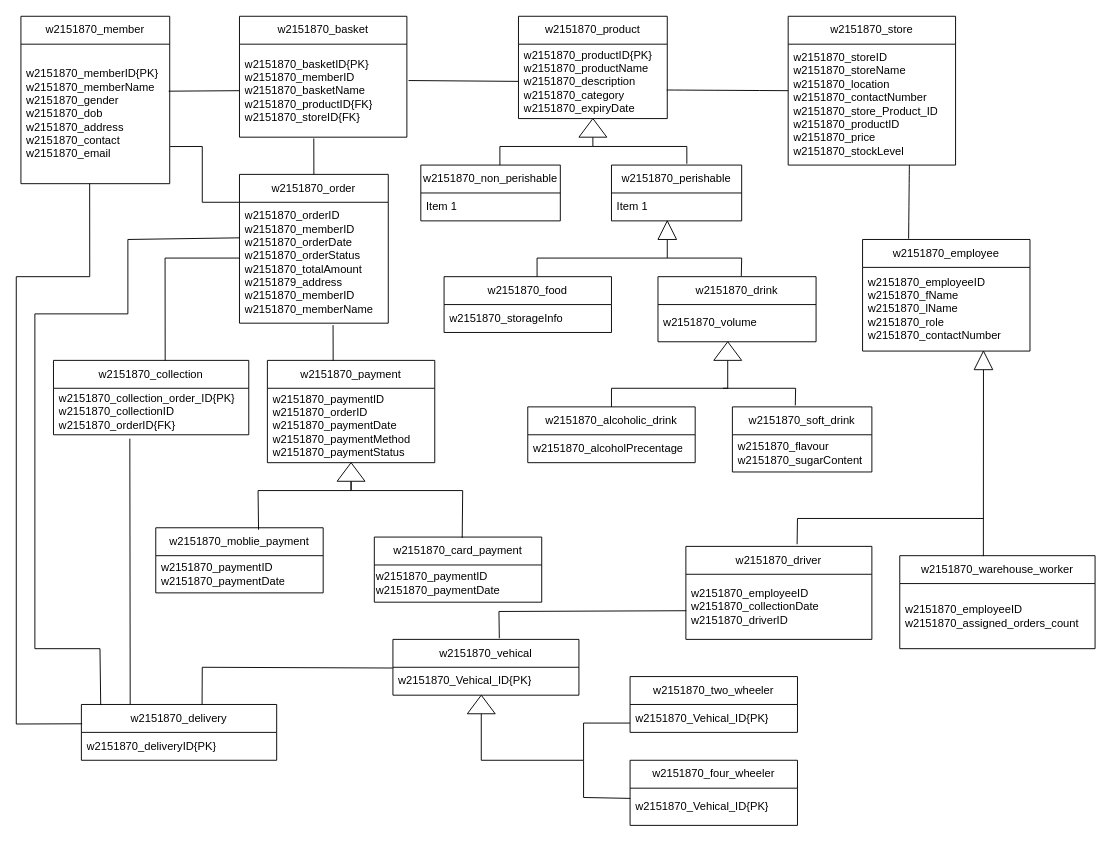
The draw.io diagram question7.drawio in Yoda200512/skills-introduction-to-github, before the edit. Source tidied: cells renumbered, new cells numbered last; positions are measured from the earlier drawing's top-left corner, leaving out a move shared by most shapes. Both pictures are drawn from the tidied source at 93%, with x=0, y=0 at pixel (16, 16).
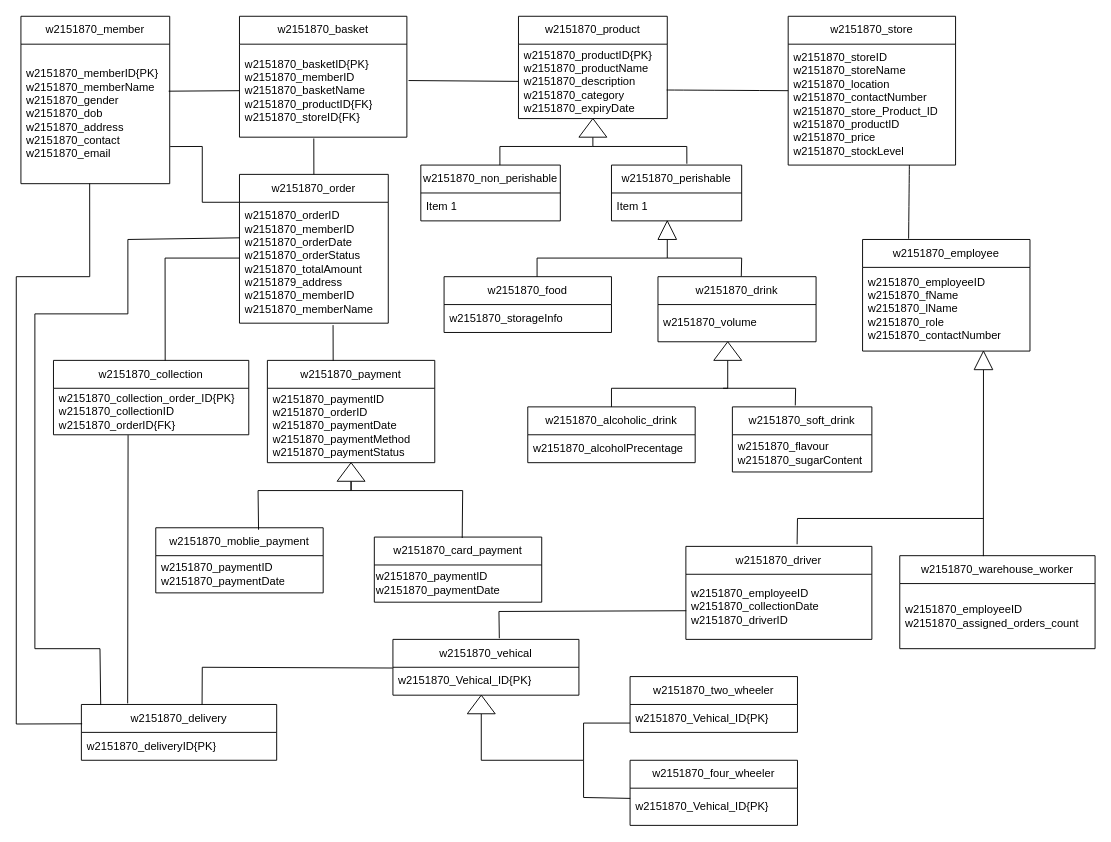
The same diagram, later.

Unchanged cells that the change refers to:
```xml
<mxCell id="11" value="&lt;span style=&quot;text-align: center;&quot;&gt;w2151870_collection_order_ID{PK}&lt;/span&gt;&lt;div&gt;&lt;span style=&quot;text-align: center; background-color: transparent; color: light-dark(rgb(0, 0, 0), rgb(255, 255, 255));&quot;&gt;w2151870_collectionID&lt;/span&gt;&lt;div&gt;&lt;span style=&quot;text-align: center;&quot;&gt;w2151870_orderID{FK}&lt;/span&gt;&lt;/div&gt;&lt;/div&gt;" style="text;strokeColor=none;fillColor=none;align=left;verticalAlign=middle;spacingLeft=4;spacingRight=4;overflow=hidden;points=[[0,0.5],[1,0.5]];portConstraint=eastwest;whiteSpace=wrap;html=1;" parent="10" vertex="1">
  <mxGeometry y="30" width="210" height="50" as="geometry" />
</mxCell>
<mxCell id="22" value="w2151870_delivery" style="swimlane;fontStyle=0;horizontal=1;startSize=30;whiteSpace=wrap;html=1;" parent="1" vertex="1">
  <mxGeometry x="70" y="740" width="210" height="60" as="geometry" />
</mxCell>
```

The edit, as a diff of the source:
```diff
@@
-    <mxCell id="69" style="endArrow=none;html=1;rounded=0;exitX=0.25;exitY=0;exitDx=0;exitDy=0;entryX=0.391;entryY=1.084;entryDx=0;entryDy=0;entryPerimeter=0;" parent="1" edge="1" source="22" target="11">
+    <mxCell id="69" style="endArrow=none;html=1;rounded=0;exitX=0.237;exitY=-0.019;exitDx=0;exitDy=0;entryX=0.382;entryY=1.008;entryDx=0;entryDy=0;entryPerimeter=0;exitPerimeter=0;" parent="1" edge="1" source="22" target="11">
       <mxGeometry relative="1" as="geometry" />
     </mxCell>
```
